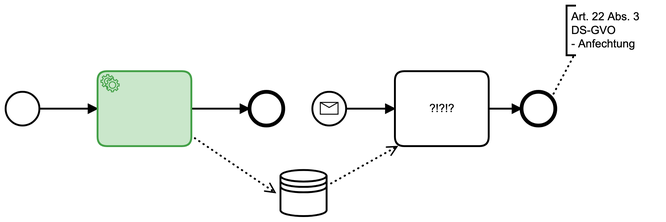
The BPMN diagram models/gpdr-contest.png in viadee/bpmn.ai-patterns, before a commit. Its source is kept beside it as models/gpdr-contest.bpmn. Ids are renumbered. Source of this version:
```xml
<bpmn:definitions xmlns:bpmn="http://www.omg.org/spec/BPMN/20100524/MODEL" xmlns:bpmndi="http://www.omg.org/spec/BPMN/20100524/DI" xmlns:dc="http://www.omg.org/spec/DD/20100524/DC" xmlns:bioc="http://bpmn.io/schema/bpmn/biocolor/1.0" xmlns:di="http://www.omg.org/spec/DD/20100524/DI" id="Definitions_n1" targetNamespace="http://bpmn.io/schema/bpmn" exporter="Camunda Modeler" exporterVersion="3.3.4">
  <bpmn:process id="Process_n2" isExecutable="true">
    <bpmn:startEvent id="StartEvent_n3">
      <bpmn:outgoing>SequenceFlow_n4</bpmn:outgoing>
    </bpmn:startEvent>
    <bpmn:endEvent id="EndEvent_n5">
      <bpmn:incoming>SequenceFlow_n6</bpmn:incoming>
    </bpmn:endEvent>
    <bpmn:serviceTask id="ServiceTask_n7">
      <bpmn:incoming>SequenceFlow_n4</bpmn:incoming>
      <bpmn:outgoing>SequenceFlow_n8</bpmn:outgoing>
      <bpmn:dataOutputAssociation id="DataOutputAssociation_n9">
        <bpmn:targetRef>DataStoreReference_n10</bpmn:targetRef>
      </bpmn:dataOutputAssociation>
    </bpmn:serviceTask>
    <bpmn:dataStoreReference id="DataStoreReference_n10" />
    <bpmn:endEvent id="EndEvent_n11">
      <bpmn:incoming>SequenceFlow_n8</bpmn:incoming>
    </bpmn:endEvent>
    <bpmn:task id="Task_n12" name="?!?!?">
      <bpmn:incoming>SequenceFlow_n13</bpmn:incoming>
      <bpmn:outgoing>SequenceFlow_n6</bpmn:outgoing>
      <bpmn:property id="Property_n14" name="__targetRef_placeholder" />
      <bpmn:dataInputAssociation id="DataInputAssociation_n15">
        <bpmn:sourceRef>DataStoreReference_n10</bpmn:sourceRef>
        <bpmn:targetRef>Property_n14</bpmn:targetRef>
      </bpmn:dataInputAssociation>
    </bpmn:task>
    <bpmn:startEvent id="StartEvent_n16">
      <bpmn:outgoing>SequenceFlow_n13</bpmn:outgoing>
      <bpmn:messageEventDefinition id="MessageEventDefinition_n17" />
    </bpmn:startEvent>
    <bpmn:sequenceFlow id="SequenceFlow_n4" sourceRef="StartEvent_n3" targetRef="ServiceTask_n7" />
    <bpmn:sequenceFlow id="SequenceFlow_n6" sourceRef="Task_n12" targetRef="EndEvent_n5" />
    <bpmn:sequenceFlow id="SequenceFlow_n8" sourceRef="ServiceTask_n7" targetRef="EndEvent_n11" />
    <bpmn:sequenceFlow id="SequenceFlow_n13" sourceRef="StartEvent_n16" targetRef="Task_n12" />
    <bpmn:textAnnotation id="TextAnnotation_n18">
      <bpmn:text>Art. 22 Abs. 3 DS-GVO - Anfechtung</bpmn:text>
    </bpmn:textAnnotation>
    <bpmn:association id="Association_n19" sourceRef="EndEvent_n5" targetRef="TextAnnotation_n18" />
  </bpmn:process>
  <bpmndi:BPMNDiagram id="BPMNDiagram_1">
    <bpmndi:BPMNPlane id="BPMNPlane_1" bpmnElement="Process_n2">
      <bpmndi:BPMNShape id="StartEvent_n3_di" bpmnElement="StartEvent_n3">
        <dc:Bounds x="152" y="172" width="36" height="36" />
      </bpmndi:BPMNShape>
      <bpmndi:BPMNShape id="EndEvent_n5_di" bpmnElement="EndEvent_n5">
        <dc:Bounds x="702" y="172" width="36" height="36" />
      </bpmndi:BPMNShape>
      <bpmndi:BPMNShape id="ServiceTask_n7_di" bpmnElement="ServiceTask_n7" bioc:stroke="rgb(67, 160, 71)" bioc:fill="rgb(200, 230, 201)">
        <dc:Bounds x="250" y="150" width="100" height="80" />
      </bpmndi:BPMNShape>
      <bpmndi:BPMNShape id="DataStoreReference_n10_di" bpmnElement="DataStoreReference_n10">
        <dc:Bounds x="445" y="255" width="50" height="50" />
      </bpmndi:BPMNShape>
      <bpmndi:BPMNShape id="EndEvent_n11_di" bpmnElement="EndEvent_n11">
        <dc:Bounds x="412" y="172" width="36" height="36" />
      </bpmndi:BPMNShape>
      <bpmndi:BPMNShape id="Task_n12_di" bpmnElement="Task_n12">
        <dc:Bounds x="567" y="150" width="100" height="80" />
      </bpmndi:BPMNShape>
      <bpmndi:BPMNShape id="StartEvent_n16_di" bpmnElement="StartEvent_n16">
        <dc:Bounds x="479" y="172" width="36" height="36" />
      </bpmndi:BPMNShape>
      <bpmndi:BPMNShape id="TextAnnotation_n18_di" bpmnElement="TextAnnotation_n18">
        <dc:Bounds x="750" y="80" width="100" height="53" />
      </bpmndi:BPMNShape>
      <bpmndi:BPMNEdge id="SequenceFlow_n4_di" bpmnElement="SequenceFlow_n4">
        <di:waypoint x="188" y="190" />
        <di:waypoint x="250" y="190" />
      </bpmndi:BPMNEdge>
      <bpmndi:BPMNEdge id="SequenceFlow_n6_di" bpmnElement="SequenceFlow_n6">
        <di:waypoint x="667" y="190" />
        <di:waypoint x="702" y="190" />
      </bpmndi:BPMNEdge>
      <bpmndi:BPMNEdge id="Association_n19_di" bpmnElement="Association_n19">
        <di:waypoint x="734" y="178" />
        <di:waypoint x="758" y="133" />
      </bpmndi:BPMNEdge>
      <bpmndi:BPMNEdge id="DataOutputAssociation_n9_di" bpmnElement="DataOutputAssociation_n9">
        <di:waypoint x="350" y="219" />
        <di:waypoint x="440" y="280" />
      </bpmndi:BPMNEdge>
      <bpmndi:BPMNEdge id="SequenceFlow_n8_di" bpmnElement="SequenceFlow_n8">
        <di:waypoint x="350" y="190" />
        <di:waypoint x="412" y="190" />
      </bpmndi:BPMNEdge>
      <bpmndi:BPMNEdge id="DataInputAssociation_n15_di" bpmnElement="DataInputAssociation_n15">
        <di:waypoint x="495" y="272" />
        <di:waypoint x="570" y="230" />
      </bpmndi:BPMNEdge>
      <bpmndi:BPMNEdge id="SequenceFlow_n13_di" bpmnElement="SequenceFlow_n13">
        <di:waypoint x="515" y="190" />
        <di:waypoint x="567" y="190" />
      </bpmndi:BPMNEdge>
    </bpmndi:BPMNPlane>
  </bpmndi:BPMNDiagram>
</bpmn:definitions>
```
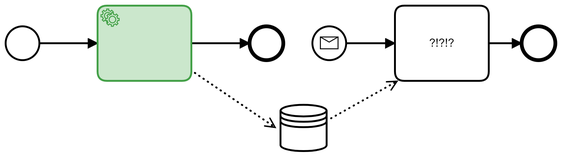
Above is the later version.

What changed in the source:
```diff
@@ -1,4 +1,4 @@
-<bpmn:definitions xmlns:bpmn="http://www.omg.org/spec/BPMN/20100524/MODEL" xmlns:bpmndi="http://www.omg.org/spec/BPMN/20100524/DI" xmlns:dc="http://www.omg.org/spec/DD/20100524/DC" xmlns:bioc="http://bpmn.io/schema/bpmn/biocolor/1.0" xmlns:di="http://www.omg.org/spec/DD/20100524/DI" id="Definitions_n1" targetNamespace="http://bpmn.io/schema/bpmn" exporter="Camunda Modeler" exporterVersion="3.3.4">
+<bpmn:definitions xmlns:bpmn="http://www.omg.org/spec/BPMN/20100524/MODEL" xmlns:bpmndi="http://www.omg.org/spec/BPMN/20100524/DI" xmlns:dc="http://www.omg.org/spec/DD/20100524/DC" xmlns:bioc="http://bpmn.io/schema/bpmn/biocolor/1.0" xmlns:di="http://www.omg.org/spec/DD/20100524/DI" id="Definitions_n1" targetNamespace="http://bpmn.io/schema/bpmn" exporter="Camunda Modeler" exporterVersion="4.1.1">
   <bpmn:process id="Process_n2" isExecutable="true">
     <bpmn:startEvent id="StartEvent_n3">
       <bpmn:outgoing>SequenceFlow_n4</bpmn:outgoing>
@@ -34,64 +34,53 @@
     <bpmn:sequenceFlow id="SequenceFlow_n6" sourceRef="Task_n12" targetRef="EndEvent_n5" />
     <bpmn:sequenceFlow id="SequenceFlow_n8" sourceRef="ServiceTask_n7" targetRef="EndEvent_n11" />
     <bpmn:sequenceFlow id="SequenceFlow_n13" sourceRef="StartEvent_n16" targetRef="Task_n12" />
-    <bpmn:textAnnotation id="TextAnnotation_n18">
-      <bpmn:text>Art. 22 Abs. 3 DS-GVO - Anfechtung</bpmn:text>
-    </bpmn:textAnnotation>
-    <bpmn:association id="Association_n19" sourceRef="EndEvent_n5" targetRef="TextAnnotation_n18" />
   </bpmn:process>
   <bpmndi:BPMNDiagram id="BPMNDiagram_1">
     <bpmndi:BPMNPlane id="BPMNPlane_1" bpmnElement="Process_n2">
+      <bpmndi:BPMNEdge id="SequenceFlow_n13_di" bpmnElement="SequenceFlow_n13">
+        <di:waypoint x="515" y="120" />
+        <di:waypoint x="567" y="120" />
+      </bpmndi:BPMNEdge>
+      <bpmndi:BPMNEdge id="SequenceFlow_n8_di" bpmnElement="SequenceFlow_n8">
+        <di:waypoint x="350" y="120" />
+        <di:waypoint x="412" y="120" />
+      </bpmndi:BPMNEdge>
+      <bpmndi:BPMNEdge id="SequenceFlow_n6_di" bpmnElement="SequenceFlow_n6">
+        <di:waypoint x="667" y="120" />
+        <di:waypoint x="702" y="120" />
+      </bpmndi:BPMNEdge>
+      <bpmndi:BPMNEdge id="SequenceFlow_n4_di" bpmnElement="SequenceFlow_n4">
+        <di:waypoint x="188" y="120" />
+        <di:waypoint x="250" y="120" />
+      </bpmndi:BPMNEdge>
       <bpmndi:BPMNShape id="StartEvent_n3_di" bpmnElement="StartEvent_n3">
-        <dc:Bounds x="152" y="172" width="36" height="36" />
+        <dc:Bounds x="152" y="102" width="36" height="36" />
       </bpmndi:BPMNShape>
       <bpmndi:BPMNShape id="EndEvent_n5_di" bpmnElement="EndEvent_n5">
-        <dc:Bounds x="702" y="172" width="36" height="36" />
+        <dc:Bounds x="702" y="102" width="36" height="36" />
       </bpmndi:BPMNShape>
       <bpmndi:BPMNShape id="ServiceTask_n7_di" bpmnElement="ServiceTask_n7" bioc:stroke="rgb(67, 160, 71)" bioc:fill="rgb(200, 230, 201)">
-        <dc:Bounds x="250" y="150" width="100" height="80" />
+        <dc:Bounds x="250" y="80" width="100" height="80" />
       </bpmndi:BPMNShape>
       <bpmndi:BPMNShape id="DataStoreReference_n10_di" bpmnElement="DataStoreReference_n10">
-        <dc:Bounds x="445" y="255" width="50" height="50" />
+        <dc:Bounds x="445" y="185" width="50" height="50" />
       </bpmndi:BPMNShape>
       <bpmndi:BPMNShape id="EndEvent_n11_di" bpmnElement="EndEvent_n11">
-        <dc:Bounds x="412" y="172" width="36" height="36" />
+        <dc:Bounds x="412" y="102" width="36" height="36" />
       </bpmndi:BPMNShape>
       <bpmndi:BPMNShape id="Task_n12_di" bpmnElement="Task_n12">
-        <dc:Bounds x="567" y="150" width="100" height="80" />
+        <dc:Bounds x="567" y="80" width="100" height="80" />
       </bpmndi:BPMNShape>
       <bpmndi:BPMNShape id="StartEvent_n16_di" bpmnElement="StartEvent_n16">
-        <dc:Bounds x="479" y="172" width="36" height="36" />
+        <dc:Bounds x="479" y="102" width="36" height="36" />
       </bpmndi:BPMNShape>
-      <bpmndi:BPMNShape id="TextAnnotation_n18_di" bpmnElement="TextAnnotation_n18">
-        <dc:Bounds x="750" y="80" width="100" height="53" />
-      </bpmndi:BPMNShape>
-      <bpmndi:BPMNEdge id="SequenceFlow_n4_di" bpmnElement="SequenceFlow_n4">
-        <di:waypoint x="188" y="190" />
-        <di:waypoint x="250" y="190" />
-      </bpmndi:BPMNEdge>
-      <bpmndi:BPMNEdge id="SequenceFlow_n6_di" bpmnElement="SequenceFlow_n6">
-        <di:waypoint x="667" y="190" />
-        <di:waypoint x="702" y="190" />
-      </bpmndi:BPMNEdge>
-      <bpmndi:BPMNEdge id="Association_n19_di" bpmnElement="Association_n19">
-        <di:waypoint x="734" y="178" />
-        <di:waypoint x="758" y="133" />
-      </bpmndi:BPMNEdge>
       <bpmndi:BPMNEdge id="DataOutputAssociation_n9_di" bpmnElement="DataOutputAssociation_n9">
-        <di:waypoint x="350" y="219" />
-        <di:waypoint x="440" y="280" />
-      </bpmndi:BPMNEdge>
-      <bpmndi:BPMNEdge id="SequenceFlow_n8_di" bpmnElement="SequenceFlow_n8">
-        <di:waypoint x="350" y="190" />
-        <di:waypoint x="412" y="190" />
+        <di:waypoint x="350" y="149" />
+        <di:waypoint x="440" y="210" />
       </bpmndi:BPMNEdge>
       <bpmndi:BPMNEdge id="DataInputAssociation_n15_di" bpmnElement="DataInputAssociation_n15">
-        <di:waypoint x="495" y="272" />
-        <di:waypoint x="570" y="230" />
-      </bpmndi:BPMNEdge>
-      <bpmndi:BPMNEdge id="SequenceFlow_n13_di" bpmnElement="SequenceFlow_n13">
-        <di:waypoint x="515" y="190" />
-        <di:waypoint x="567" y="190" />
+        <di:waypoint x="495" y="202" />
+        <di:waypoint x="570" y="160" />
       </bpmndi:BPMNEdge>
     </bpmndi:BPMNPlane>
   </bpmndi:BPMNDiagram>
```
